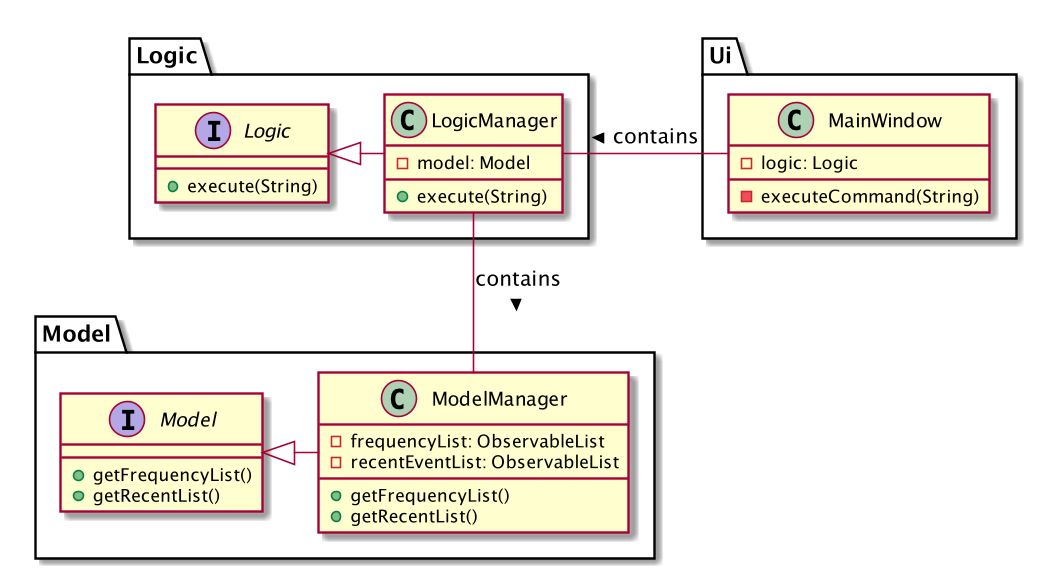
terencemah/main keeps this PlantUML diagram as docs/images/ViewCommandClassDiagram.png. Above is the earlier version.
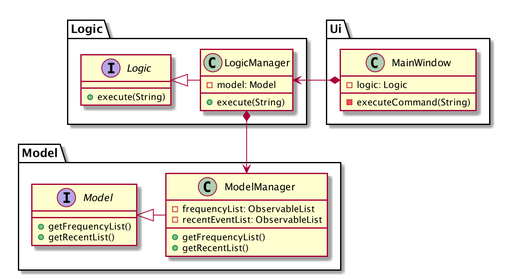
After the commit.

Commit message:
Fix checkstyle issues and update ViewCommandClassDiagram

Diff of the diagram source:
```diff
@@ -32,7 +32,7 @@
 
 Model <|-right- ModelManager
 Logic <|-right- LogicManager
-MainWindow -left- LogicManager : contains >
-LogicManager -down- ModelManager : contains >
+MainWindow *-left-> LogicManager
+LogicManager *-down-> ModelManager
 
 @enduml
```
